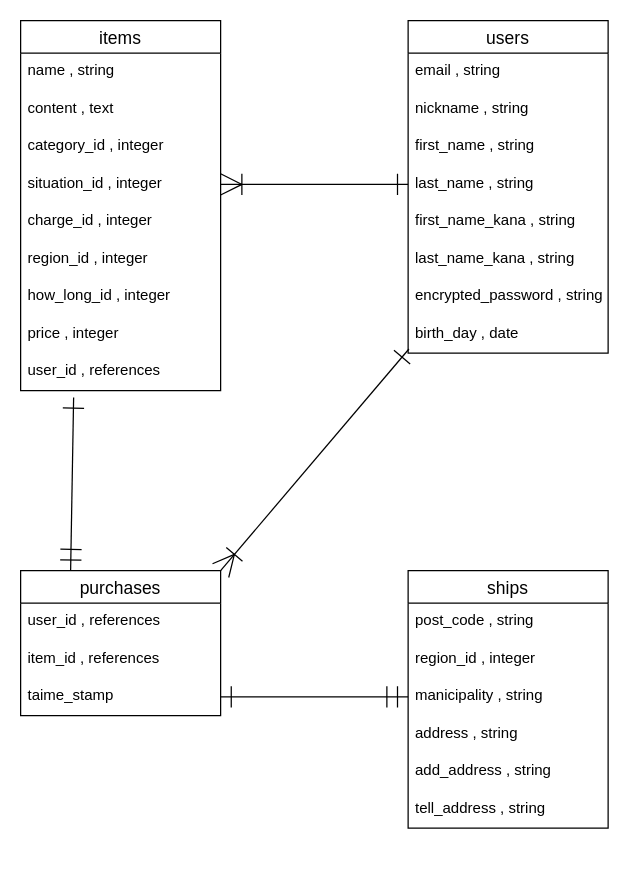
Before: ER.dio in makuu-nobu/furima-40021, a draw.io diagram. Source tidied: cells renumbered, new cells numbered last; positions are measured from the earlier drawing's top-left corner, leaving out a move shared by most shapes. Both pictures are drawn from the tidied source at 125%, with x=0, y=0 at pixel (20, 20).
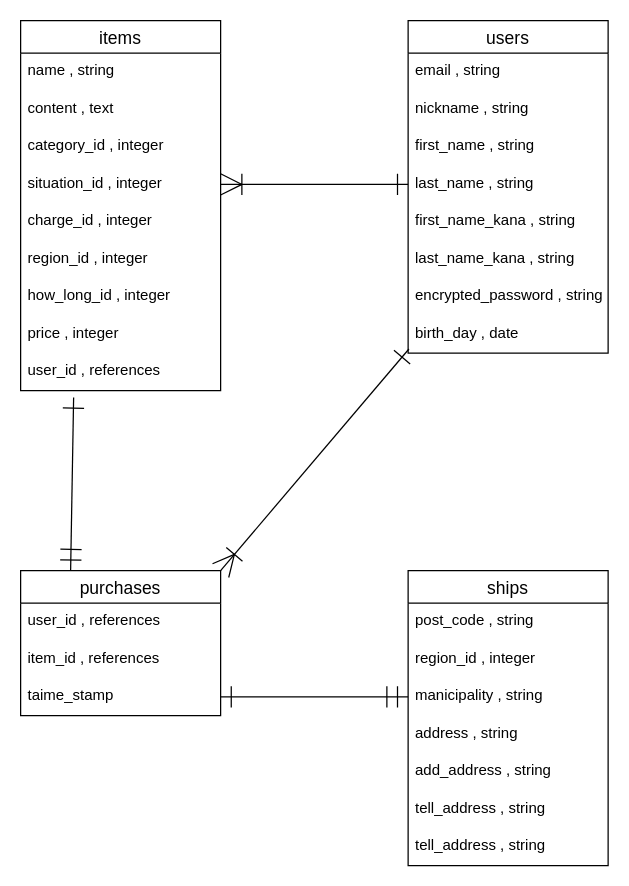
The same diagram, later.

Commit message (it also covers changes not shown here):
purchase_idの追加

What changed in the source:
```diff
@@
     <mxCell id="27" value="ships" style="swimlane;fontStyle=0;horizontal=1;startSize=26;align=center;fontSize=14;" parent="1" vertex="1">
-      <mxGeometry x="310" y="440" width="160" height="206" as="geometry" />
+      <mxGeometry x="310" y="440" width="160" height="236" as="geometry" />
     </mxCell>
@@
+    <mxCell id="36" value="tell_address , string" style="text;strokeColor=none;fillColor=none;spacingLeft=4;spacingRight=4;overflow=hidden;fontSize=12;" parent="27" vertex="1">
+      <mxGeometry y="206" width="160" height="30" as="geometry" />
+    </mxCell>
```
